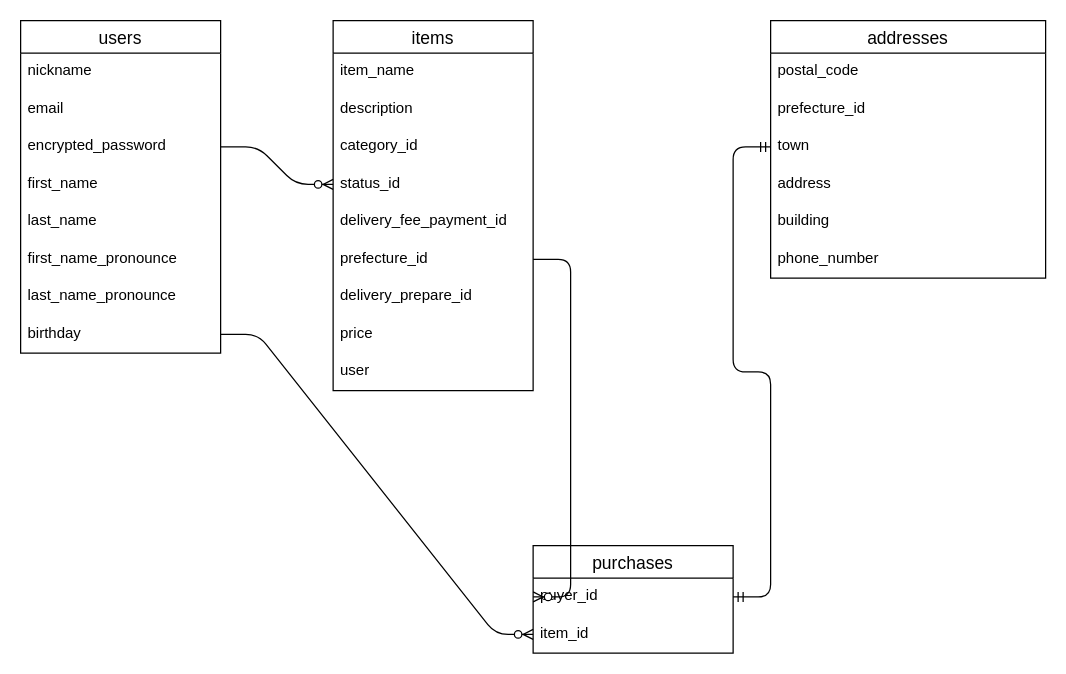
Earlier version of the draw.io diagram er.dio (takuo-maeda/furima-32844). Source tidied: cells renumbered, new cells numbered last; positions are measured from the earlier drawing's top-left corner, leaving out a move shared by most shapes. Both pictures are drawn from the tidied source at 125%, with x=0, y=0 at pixel (20, 20).
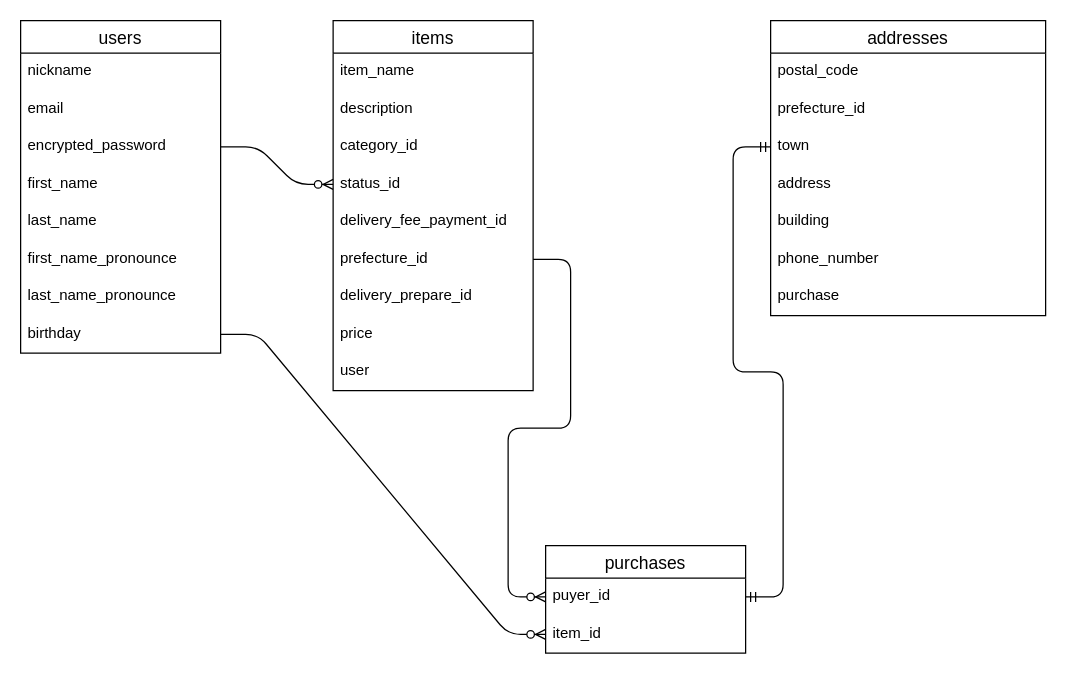
After the change.

What changed in the source:
```diff
@@
     <mxCell id="21" value="addresses" style="swimlane;fontStyle=0;horizontal=1;startSize=26;align=center;fontSize=14;" parent="1" vertex="1">
-      <mxGeometry x="600" width="220" height="206" as="geometry" />
+      <mxGeometry x="600" width="220" height="236" as="geometry" />
     </mxCell>
@@
+    <mxCell id="35" value="purchase" style="text;strokeColor=none;fillColor=none;spacingLeft=4;spacingRight=4;overflow=hidden;fontSize=12;" parent="21" vertex="1">
+      <mxGeometry y="206" width="220" height="30" as="geometry" />
+    </mxCell>
@@
     <mxCell id="29" value="purchases" style="swimlane;fontStyle=0;horizontal=1;startSize=26;align=center;fontSize=14;" parent="1" vertex="1">
-      <mxGeometry x="410" y="420" width="160" height="86" as="geometry" />
+      <mxGeometry x="420" y="420" width="160" height="86" as="geometry" />
     </mxCell>
```
